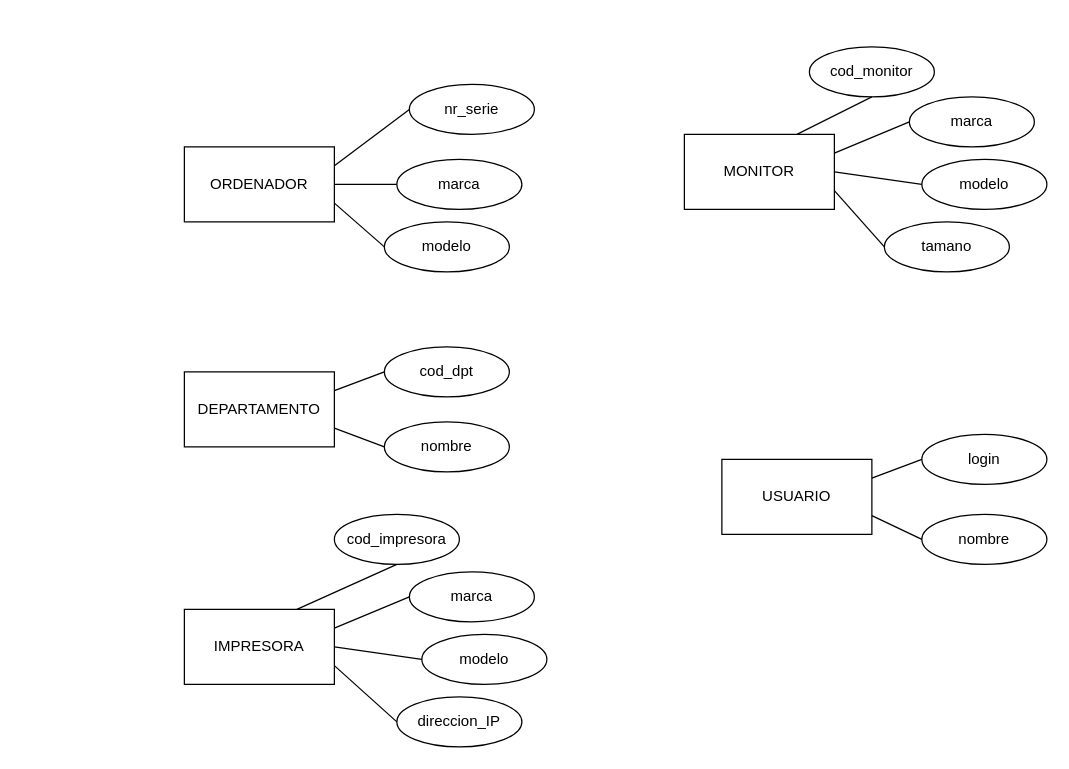
Earlier version of the draw.io diagram U7T8.drawio (memfu/BBDD). Source tidied: cells renumbered, new cells numbered last; positions are measured from the earlier drawing's top-left corner, leaving out a move shared by most shapes. Both pictures are drawn from the tidied source at 125%, with x=0, y=0 at pixel (184, 46).
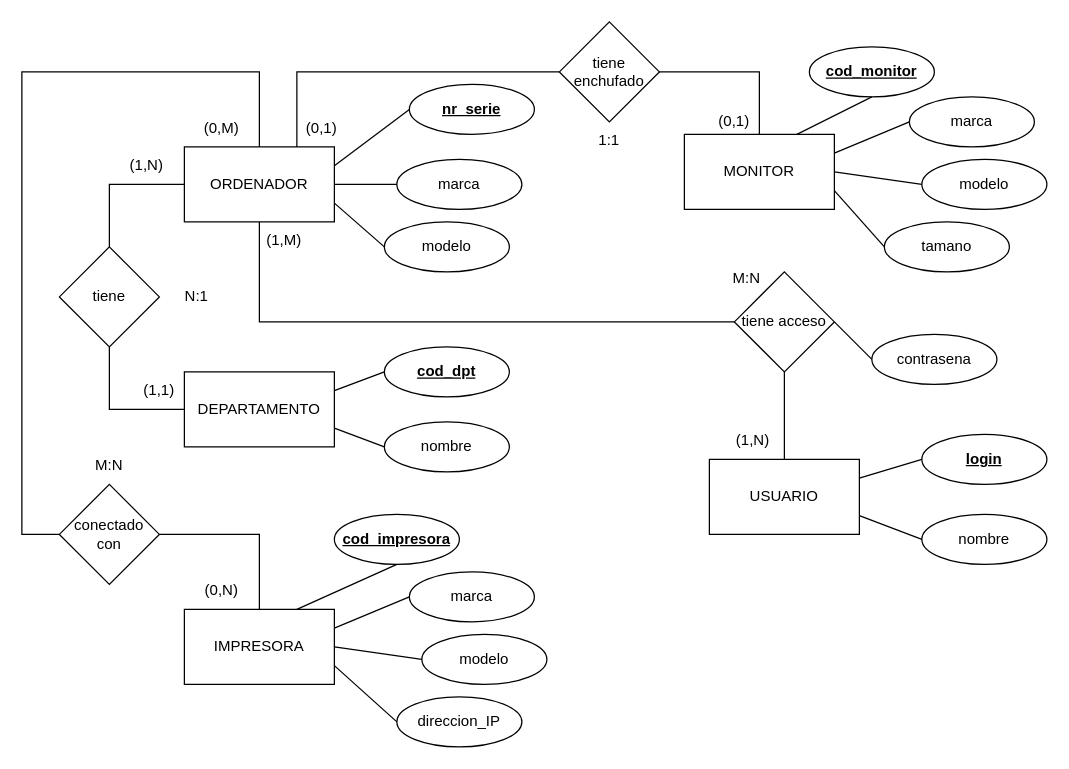
After the change.

Unchanged cells that the change refers to:
```xml
<mxCell id="2" value="ORDENADOR" style="rounded=0;whiteSpace=wrap;html=1;" parent="1" vertex="1">
  <mxGeometry y="80" width="120" height="60" as="geometry" />
</mxCell>
<mxCell id="3" value="DEPARTAMENTO" style="rounded=0;whiteSpace=wrap;html=1;" parent="1" vertex="1">
  <mxGeometry y="260" width="120" height="60" as="geometry" />
</mxCell>
<mxCell id="4" value="IMPRESORA" style="rounded=0;whiteSpace=wrap;html=1;" parent="1" vertex="1">
  <mxGeometry y="450" width="120" height="60" as="geometry" />
</mxCell>
<mxCell id="15" value="MONITOR" style="rounded=0;whiteSpace=wrap;html=1;" parent="1" vertex="1">
  <mxGeometry x="400" y="70" width="120" height="60" as="geometry" />
</mxCell>
```

Diff of the diagram source:
```diff
@@
-    <mxCell id="5" value="nr_serie" style="ellipse;whiteSpace=wrap;html=1;" parent="1" vertex="1">
+    <mxCell id="5" value="&lt;u&gt;&lt;b&gt;nr_serie&lt;/b&gt;&lt;/u&gt;" style="ellipse;whiteSpace=wrap;html=1;" parent="1" vertex="1">
       <mxGeometry x="180" y="30" width="100" height="40" as="geometry" />
     </mxCell>
-    <mxCell id="6" value="cod_dpt" style="ellipse;whiteSpace=wrap;html=1;" parent="1" vertex="1">
+    <mxCell id="6" value="&lt;u&gt;&lt;b&gt;cod_dpt&lt;/b&gt;&lt;/u&gt;" style="ellipse;whiteSpace=wrap;html=1;" parent="1" vertex="1">
       <mxGeometry x="160" y="240" width="100" height="40" as="geometry" />
     </mxCell>
@@
-    <mxCell id="10" value="cod_monitor" style="ellipse;whiteSpace=wrap;html=1;" parent="1" vertex="1">
+    <mxCell id="10" value="&lt;u&gt;&lt;b&gt;cod_monitor&lt;/b&gt;&lt;/u&gt;" style="ellipse;whiteSpace=wrap;html=1;" parent="1" vertex="1">
       <mxGeometry x="500" width="100" height="40" as="geometry" />
     </mxCell>
@@
-    <mxCell id="12" value="cod_impresora" style="ellipse;whiteSpace=wrap;html=1;" parent="1" vertex="1">
+    <mxCell id="12" value="&lt;u&gt;&lt;b&gt;cod_impresora&lt;/b&gt;&lt;/u&gt;" style="ellipse;whiteSpace=wrap;html=1;" parent="1" vertex="1">
       <mxGeometry x="120" y="374" width="100" height="40" as="geometry" />
     </mxCell>
@@
     <mxCell id="19" value="USUARIO" style="rounded=0;whiteSpace=wrap;html=1;" parent="1" vertex="1">
-      <mxGeometry x="430" y="330" width="120" height="60" as="geometry" />
+      <mxGeometry x="420" y="330" width="120" height="60" as="geometry" />
     </mxCell>
-    <mxCell id="20" value="login" style="ellipse;whiteSpace=wrap;html=1;" parent="1" vertex="1">
+    <mxCell id="20" value="&lt;u&gt;&lt;b&gt;login&lt;/b&gt;&lt;/u&gt;" style="ellipse;whiteSpace=wrap;html=1;" parent="1" vertex="1">
       <mxGeometry x="590" y="310" width="100" height="40" as="geometry" />
     </mxCell>
@@
+    <mxCell id="37" value="tiene" style="rhombus;whiteSpace=wrap;html=1;" parent="1" vertex="1">
+      <mxGeometry x="-100" y="160" width="80" height="80" as="geometry" />
+    </mxCell>
+    <mxCell id="38" style="endArrow=none;html=1;rounded=0;entryX=0.5;entryY=1;entryDx=0;entryDy=0;exitX=0;exitY=0.5;exitDx=0;exitDy=0;" parent="1" edge="1" source="3" target="37">
+      <mxGeometry relative="1" as="geometry">
+        <Array as="points">
+          <mxPoint x="-60" y="290" />
+        </Array>
+      </mxGeometry>
+    </mxCell>
+    <mxCell id="39" style="endArrow=none;html=1;rounded=0;entryX=0.5;entryY=0;entryDx=0;entryDy=0;exitX=0;exitY=0.5;exitDx=0;exitDy=0;" parent="1" edge="1" source="2" target="37">
+      <mxGeometry relative="1" as="geometry">
+        <Array as="points">
+          <mxPoint x="-60" y="110" />
+        </Array>
+      </mxGeometry>
+    </mxCell>
+    <mxCell id="40" value="(1,1)" style="text;html=1;strokeColor=none;fillColor=none;align=center;verticalAlign=middle;whiteSpace=wrap;rounded=0;" parent="1" vertex="1">
+      <mxGeometry x="-50" y="260" width="60" height="30" as="geometry" />
+    </mxCell>
+    <mxCell id="41" value="(1,N)" style="text;html=1;strokeColor=none;fillColor=none;align=center;verticalAlign=middle;whiteSpace=wrap;rounded=0;" parent="1" vertex="1">
+      <mxGeometry x="-60" y="80" width="60" height="30" as="geometry" />
+    </mxCell>
+    <mxCell id="42" value="N:1" style="text;html=1;strokeColor=none;fillColor=none;align=center;verticalAlign=middle;whiteSpace=wrap;rounded=0;" parent="1" vertex="1">
+      <mxGeometry x="-20" y="185" width="60" height="30" as="geometry" />
+    </mxCell>
+    <mxCell id="43" value="conectado con" style="rhombus;whiteSpace=wrap;html=1;" parent="1" vertex="1">
+      <mxGeometry x="-100" y="350" width="80" height="80" as="geometry" />
+    </mxCell>
+    <mxCell id="44" style="endArrow=none;html=1;rounded=0;entryX=0;entryY=0.5;entryDx=0;entryDy=0;exitX=0.5;exitY=0;exitDx=0;exitDy=0;" parent="1" edge="1" source="2" target="43">
+      <mxGeometry relative="1" as="geometry">
+        <Array as="points">
+          <mxPoint x="60" y="20" />
+          <mxPoint x="-130" y="20" />
+          <mxPoint x="-130" y="390" />
+        </Array>
+      </mxGeometry>
+    </mxCell>
+    <mxCell id="45" style="endArrow=none;html=1;rounded=0;exitX=1;exitY=0.5;exitDx=0;exitDy=0;entryX=0.5;entryY=0;entryDx=0;entryDy=0;" parent="1" edge="1" source="43" target="4">
+      <mxGeometry relative="1" as="geometry">
+        <Array as="points">
+          <mxPoint x="60" y="390" />
+        </Array>
+      </mxGeometry>
+    </mxCell>
+    <mxCell id="46" value="(0,M)" style="text;html=1;strokeColor=none;fillColor=none;align=center;verticalAlign=middle;whiteSpace=wrap;rounded=0;" parent="1" vertex="1">
+      <mxGeometry y="50" width="60" height="30" as="geometry" />
+    </mxCell>
+    <mxCell id="47" value="(0,N)" style="text;html=1;strokeColor=none;fillColor=none;align=center;verticalAlign=middle;whiteSpace=wrap;rounded=0;" parent="1" vertex="1">
+      <mxGeometry y="420" width="60" height="30" as="geometry" />
+    </mxCell>
+    <mxCell id="48" value="M:N" style="text;html=1;strokeColor=none;fillColor=none;align=center;verticalAlign=middle;whiteSpace=wrap;rounded=0;" parent="1" vertex="1">
+      <mxGeometry x="-90" y="320" width="60" height="30" as="geometry" />
+    </mxCell>
+    <mxCell id="49" value="tiene enchufado" style="rhombus;whiteSpace=wrap;html=1;" parent="1" vertex="1">
+      <mxGeometry x="300" y="-20" width="80" height="80" as="geometry" />
+    </mxCell>
+    <mxCell id="50" style="endArrow=none;html=1;rounded=0;entryX=0.5;entryY=0;entryDx=0;entryDy=0;exitX=1;exitY=0.5;exitDx=0;exitDy=0;" parent="1" edge="1" source="49" target="15">
+      <mxGeometry relative="1" as="geometry">
+        <Array as="points">
+          <mxPoint x="460" y="20" />
+        </Array>
+      </mxGeometry>
+    </mxCell>
+    <mxCell id="51" style="endArrow=none;html=1;rounded=0;entryX=0;entryY=0.5;entryDx=0;entryDy=0;exitX=0.75;exitY=0;exitDx=0;exitDy=0;" parent="1" edge="1" source="2" target="49">
+      <mxGeometry relative="1" as="geometry">
+        <Array as="points">
+          <mxPoint x="90" y="20" />
+        </Array>
+      </mxGeometry>
+    </mxCell>
+    <mxCell id="52" value="(0,1)" style="text;html=1;strokeColor=none;fillColor=none;align=center;verticalAlign=middle;whiteSpace=wrap;rounded=0;" parent="1" vertex="1">
+      <mxGeometry x="80" y="50" width="60" height="30" as="geometry" />
+    </mxCell>
+    <mxCell id="53" value="(0,1)" style="text;html=1;strokeColor=none;fillColor=none;align=center;verticalAlign=middle;whiteSpace=wrap;rounded=0;" parent="1" vertex="1">
+      <mxGeometry x="410" y="45" width="60" height="30" as="geometry" />
+    </mxCell>
+    <mxCell id="54" value="1:1" style="text;html=1;strokeColor=none;fillColor=none;align=center;verticalAlign=middle;whiteSpace=wrap;rounded=0;" parent="1" vertex="1">
+      <mxGeometry x="310" y="60" width="60" height="30" as="geometry" />
+    </mxCell>
+    <mxCell id="55" value="tiene acceso" style="rhombus;whiteSpace=wrap;html=1;" parent="1" vertex="1">
+      <mxGeometry x="440" y="180" width="80" height="80" as="geometry" />
+    </mxCell>
+    <mxCell id="56" style="endArrow=none;html=1;rounded=0;entryX=0.5;entryY=1;entryDx=0;entryDy=0;exitX=0;exitY=0.5;exitDx=0;exitDy=0;" parent="1" edge="1" source="55" target="2">
+      <mxGeometry relative="1" as="geometry">
+        <Array as="points">
+          <mxPoint x="60" y="220" />
+        </Array>
+      </mxGeometry>
+    </mxCell>
+    <mxCell id="57" style="endArrow=none;html=1;rounded=0;entryX=0.5;entryY=1;entryDx=0;entryDy=0;exitX=0.5;exitY=0;exitDx=0;exitDy=0;" parent="1" edge="1" source="19" target="55">
+      <mxGeometry relative="1" as="geometry" />
+    </mxCell>
+    <mxCell id="58" value="(1,M)" style="text;html=1;strokeColor=none;fillColor=none;align=center;verticalAlign=middle;whiteSpace=wrap;rounded=0;" parent="1" vertex="1">
+      <mxGeometry x="50" y="140" width="60" height="30" as="geometry" />
+    </mxCell>
+    <mxCell id="59" value="contrasena" style="ellipse;whiteSpace=wrap;html=1;" parent="1" vertex="1">
+      <mxGeometry x="550" y="230" width="100" height="40" as="geometry" />
+    </mxCell>
+    <mxCell id="60" style="endArrow=none;html=1;rounded=0;entryX=0;entryY=0.5;entryDx=0;entryDy=0;exitX=1;exitY=0.5;exitDx=0;exitDy=0;" parent="1" edge="1" source="55" target="59">
+      <mxGeometry relative="1" as="geometry" />
+    </mxCell>
+    <mxCell id="61" value="M:N" style="text;html=1;strokeColor=none;fillColor=none;align=center;verticalAlign=middle;whiteSpace=wrap;rounded=0;" parent="1" vertex="1">
+      <mxGeometry x="420" y="170" width="60" height="30" as="geometry" />
+    </mxCell>
+    <mxCell id="62" value="(1,N)" style="text;html=1;strokeColor=none;fillColor=none;align=center;verticalAlign=middle;whiteSpace=wrap;rounded=0;" parent="1" vertex="1">
+      <mxGeometry x="425" y="300" width="60" height="30" as="geometry" />
+    </mxCell>
```
